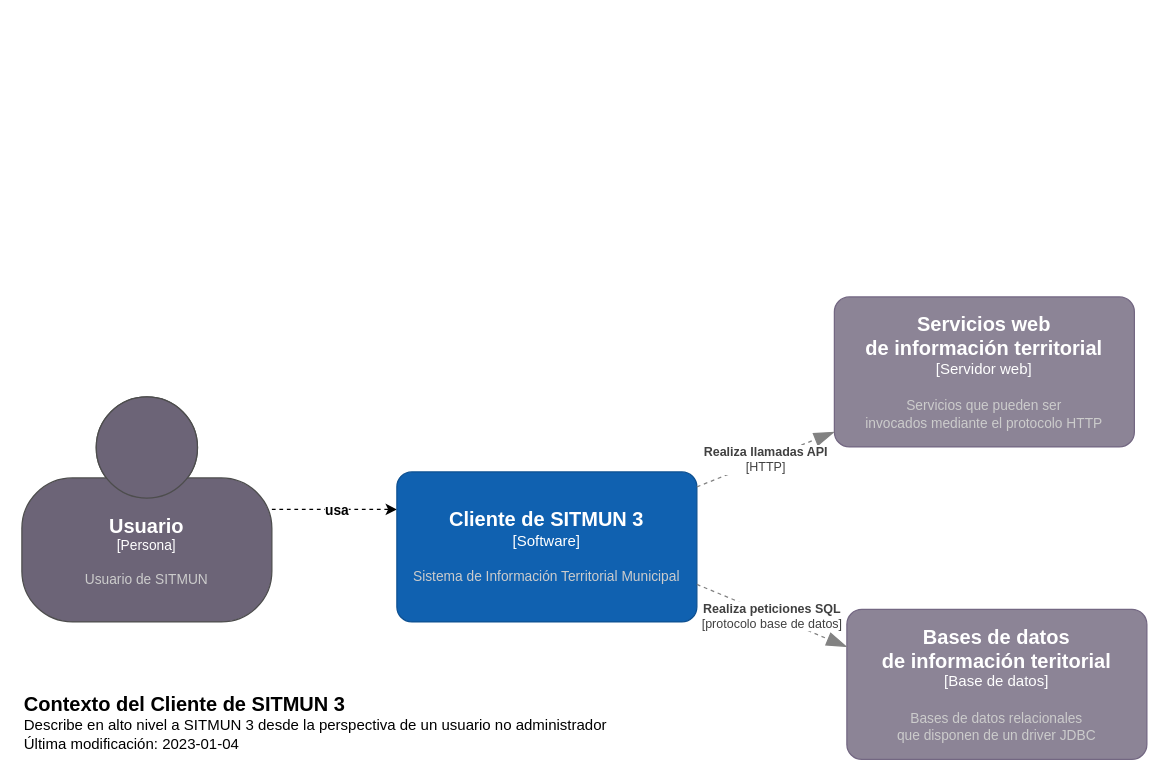
The draw.io diagram page "Contexto Cliente SITMUN 3" (1 of 2) of req-tec/img/cliente-sitmun-3.drawio in sitmun/community, before the edit. Source tidied: cells renumbered, new cells numbered last; positions are measured from the earlier drawing's top-left corner, leaving out a move shared by most shapes. Both pictures are drawn from the tidied source at 125%, with x=0, y=0 at pixel (21, 296).
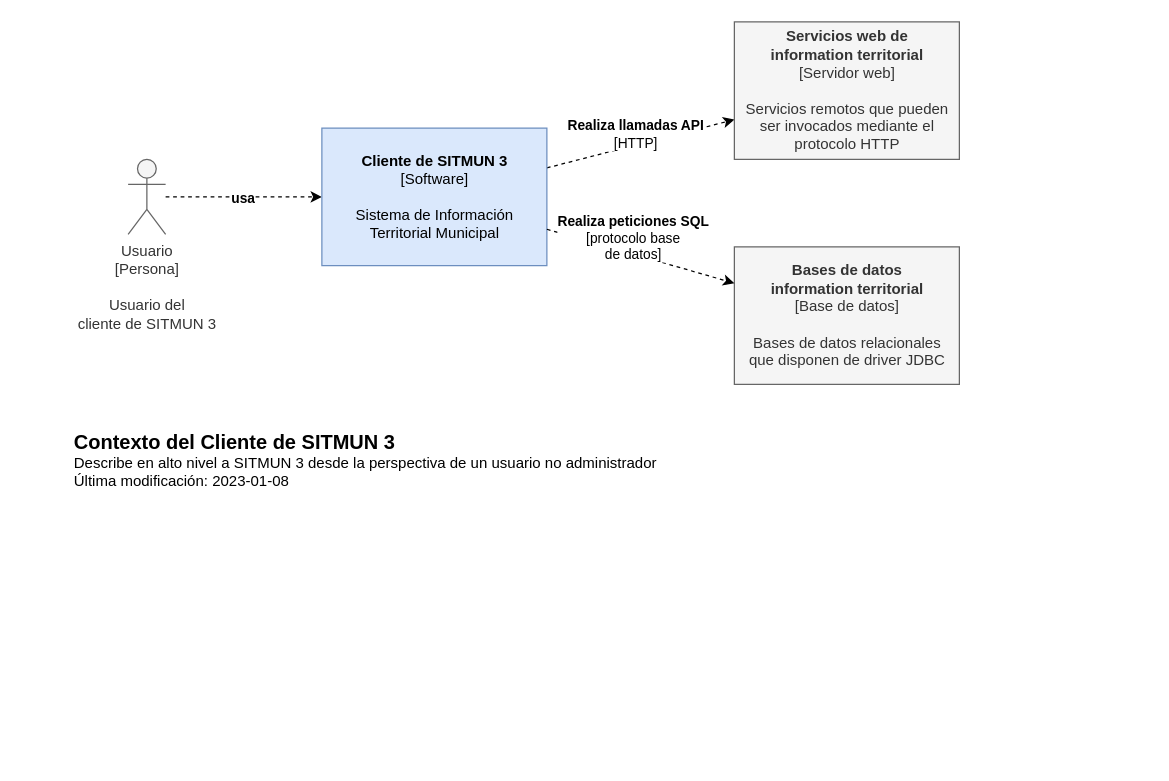
Above is the later version.

The edit, as a diff of the source:
```diff
@@
 <mxGraphModel>
   <root>
     <mxCell id="0" />
     <mxCell id="1" parent="0" />
-    <mxCell id="2" style="rounded=0;jettySize=auto;html=1;dashed=1;entryX=0;entryY=0.25;entryDx=0;entryDy=0;entryPerimeter=0;" parent="1" edge="1" source="4" target="5">
-      <mxGeometry relative="1" as="geometry" />
-    </mxCell>
+    <object id="10" label="&lt;font style=&quot;font-size: 16px&quot;&gt;&lt;b&gt;&lt;div style=&quot;text-align: left&quot;&gt;%c4Name%&lt;/div&gt;&lt;/b&gt;&lt;/font&gt;&lt;div style=&quot;text-align: left&quot;&gt;%c4Description%&lt;/div&gt;" c4Description="Describe en alto nivel a SITMUN 3 desde la perspectiva de un usuario no administrador&#10;Última modificación: 2023-01-08" c4Name="Contexto del Cliente de SITMUN 3" placeholders="1">
+      <mxCell style="text;html=1;strokeColor=none;fillColor=none;align=left;verticalAlign=top;whiteSpace=wrap;rounded=0;" parent="1" vertex="1">
+        <mxGeometry x="40" y="100" width="480" height="60" as="geometry" />
+      </mxCell>
+    </object>
+    <mxCell id="11" style="edgeStyle=orthogonalEdgeStyle;rounded=0;jettySize=auto;html=1;dashed=1;" parent="1" edge="1" source="12" target="5">
+      <mxGeometry relative="1" as="geometry" />
+    </mxCell>
-    <mxCell id="3" value="usa" style="edgeLabel;html=1;align=center;verticalAlign=middle;fontStyle=1;" parent="2" vertex="1">
-      <mxGeometry x="-0.04" y="-3" relative="1" as="geometry">
-        <mxPoint x="3" y="-3" as="offset" />
+    <mxCell id="3" value="&lt;b&gt;usa&lt;/b&gt;" style="edgeLabel;html=1;align=center;verticalAlign=middle;" parent="11" vertex="1">
+      <mxGeometry x="-0.02" y="1" relative="1" as="geometry">
+        <mxPoint y="1" as="offset" />
       </mxGeometry>
     </mxCell>
-    <object id="4" label="&lt;font style=&quot;font-size: 16px&quot;&gt;&lt;b&gt;%c4Name%&lt;/b&gt;&lt;/font&gt;&lt;div&gt;[%c4Type%]&lt;/div&gt;&lt;br&gt;&lt;div&gt;&lt;font style=&quot;font-size: 11px&quot;&gt;&lt;font color=&quot;#cccccc&quot;&gt;%c4Description%&lt;/font&gt;&lt;/div&gt;" c4Description="Usuario de SITMUN" c4Name="Usuario" c4Type="Persona" placeholders="1">
-      <mxCell style="html=1;fontSize=11;dashed=0;whiteSpace=wrap;fillColor=#6C6477;strokeColor=#4D4D4D;fontColor=#ffffff;shape=mxgraph.c4.person2;align=center;points=[[0.5,0,0],[1,0.5,0],[1,0.75,0],[0.75,1,0],[0.5,1,0],[0.25,1,0],[0,0.75,0],[0,0.5,0]];" parent="1" vertex="1">
-        <mxGeometry y="80" width="200" height="180" as="geometry" />
-      </mxCell>
-    </object>
+    <mxCell id="12" value="Usuario&lt;br&gt;[Persona]&lt;br&gt;&lt;br&gt;Usuario del &lt;br&gt;cliente de SITMUN 3" style="shape=umlActor;verticalLabelPosition=bottom;verticalAlign=top;html=1;fillColor=#f5f5f5;fontColor=#333333;strokeColor=#666666;" parent="1" vertex="1">
+      <mxGeometry x="85" y="-110" width="30" height="60" as="geometry" />
+    </mxCell>
+    <mxCell id="13" style="rounded=0;jettySize=auto;html=1;dashed=1;" parent="1" edge="1" source="5" target="14">
+      <mxGeometry relative="1" as="geometry" />
+    </mxCell>
+    <mxCell id="8" value="&lt;b&gt;Realiza llamadas API&lt;br&gt;&lt;/b&gt;[HTTP]" style="edgeLabel;html=1;align=center;verticalAlign=middle;" parent="13" vertex="1">
+      <mxGeometry x="-0.18" y="-2" relative="1" as="geometry">
+        <mxPoint x="8" y="-13" as="offset" />
+      </mxGeometry>
+    </mxCell>
-    <object id="5" label="&lt;font style=&quot;font-size: 16px&quot;&gt;&lt;b&gt;%c4Name%&lt;/b&gt;&lt;/font&gt;&lt;div&gt;[%c4Type%]&lt;/div&gt;&lt;br&gt;&lt;div&gt;&lt;font style=&quot;font-size: 11px&quot;&gt;&lt;font color=&quot;#cccccc&quot;&gt;%c4Description%&lt;/font&gt;&lt;/div&gt;" c4Description="Sistema de Información Territorial Municipal" c4Name="Cliente de SITMUN 3" c4Type="Software" placeholders="1">
-      <mxCell style="rounded=1;whiteSpace=wrap;html=1;labelBackgroundColor=none;fillColor=#1061B0;fontColor=#ffffff;align=center;arcSize=10;strokeColor=#0D5091;points=[[0.25,0,0],[0.5,0,0],[0.75,0,0],[1,0.25,0],[1,0.5,0],[1,0.75,0],[0.75,1,0],[0.5,1,0],[0.25,1,0],[0,0.75,0],[0,0.5,0],[0,0.25,0]];" parent="1" vertex="1">
-        <mxGeometry x="300" y="140" width="240" height="120" as="geometry" />
-      </mxCell>
-    </object>
+    <mxCell id="5" value="&lt;b&gt;Cliente de SITMUN 3&lt;/b&gt;&lt;br&gt;[Software]&lt;br&gt;&lt;br&gt;Sistema de Información &lt;br&gt;Territorial Municipal" style="html=1;align=center;verticalAlign=middle;dashed=0;fillColor=#dae8fc;strokeColor=#6c8ebf;" parent="1" vertex="1">
+      <mxGeometry x="240" y="-135" width="180" height="110" as="geometry" />
+    </mxCell>
-    <object id="6" label="&lt;font style=&quot;font-size: 16px&quot;&gt;&lt;b&gt;%c4Name%&lt;/b&gt;&lt;/font&gt;&lt;div&gt;[%c4Type%]&lt;/div&gt;&lt;br&gt;&lt;div&gt;&lt;font style=&quot;font-size: 11px&quot;&gt;&lt;font color=&quot;#cccccc&quot;&gt;%c4Description%&lt;/font&gt;&lt;/div&gt;" c4Description="Servicios que pueden ser&#10;invocados mediante el protocolo HTTP" c4Name="Servicios web&#10;de información territorial" c4Type="Servidor web" placeholders="1">
-      <mxCell style="rounded=1;whiteSpace=wrap;html=1;labelBackgroundColor=none;fillColor=#8C8496;fontColor=#ffffff;align=center;arcSize=10;strokeColor=#736782;points=[[0.25,0,0],[0.5,0,0],[0.75,0,0],[1,0.25,0],[1,0.5,0],[1,0.75,0],[0.75,1,0],[0.5,1,0],[0.25,1,0],[0,0.75,0],[0,0.5,0],[0,0.25,0]];" parent="1" vertex="1">
-        <mxGeometry x="650" width="240" height="120" as="geometry" />
-      </mxCell>
-    </object>
-    <object id="7" label="&lt;font style=&quot;font-size: 16px&quot;&gt;&lt;b&gt;%c4Name%&lt;/b&gt;&lt;/font&gt;&lt;div&gt;[%c4Type%]&lt;/div&gt;&lt;br&gt;&lt;div&gt;&lt;font style=&quot;font-size: 11px&quot;&gt;&lt;font color=&quot;#cccccc&quot;&gt;%c4Description%&lt;/font&gt;&lt;/div&gt;" c4Description="Bases de datos relacionales&#10;que disponen de un driver JDBC" c4Name="Bases de datos&#10;de información teritorial" c4Type="Base de datos" placeholders="1">
-      <mxCell style="rounded=1;whiteSpace=wrap;html=1;labelBackgroundColor=none;fillColor=#8C8496;fontColor=#ffffff;align=center;arcSize=10;strokeColor=#736782;points=[[0.25,0,0],[0.5,0,0],[0.75,0,0],[1,0.25,0],[1,0.5,0],[1,0.75,0],[0.75,1,0],[0.5,1,0],[0.25,1,0],[0,0.75,0],[0,0.5,0],[0,0.25,0]];" parent="1" vertex="1">
-        <mxGeometry x="660" y="250" width="240" height="120" as="geometry" />
-      </mxCell>
-    </object>
-    <object id="8" label="&lt;div style=&quot;text-align: left&quot;&gt;&lt;div style=&quot;text-align: center&quot;&gt;&lt;b&gt;%c4Description%&lt;/b&gt;&lt;/div&gt;&lt;div style=&quot;text-align: center&quot;&gt;[%c4Technology%]&lt;/div&gt;&lt;/div&gt;" c4Description="Realiza llamadas API" c4Technology="HTTP" placeholders="1">
-      <mxCell style="endArrow=blockThin;html=1;fontSize=10;fontColor=#404040;strokeWidth=1;endFill=1;strokeColor=#828282;elbow=vertical;endSize=14;startSize=14;jumpStyle=arc;jumpSize=16;rounded=0;dashed=1;" parent="1" edge="1" source="5" target="6">
-        <mxGeometry relative="1" as="geometry" />
-      </mxCell>
-    </object>
+    <mxCell id="14" value="&lt;b&gt;Servicios web de &lt;br&gt;information territorial&lt;br&gt;&lt;/b&gt;[Servidor web]&lt;br&gt;&lt;br&gt;Servicios remotos que pueden&lt;br&gt;ser invocados mediante el &lt;br&gt;protocolo HTTP" style="html=1;align=center;verticalAlign=middle;dashed=0;fillColor=#f5f5f5;strokeColor=#666666;fontColor=#333333;" parent="1" vertex="1">
+      <mxGeometry x="570" y="-220" width="180" height="110" as="geometry" />
+    </mxCell>
+    <mxCell id="15" value="&lt;b&gt;Bases de datos&lt;br&gt;information territorial&lt;br&gt;&lt;/b&gt;[Base de datos]&lt;br&gt;&lt;br&gt;Bases de datos relacionales&lt;br&gt;que disponen de driver JDBC" style="html=1;align=center;verticalAlign=middle;dashed=0;fillColor=#f5f5f5;strokeColor=#666666;fontColor=#333333;" parent="1" vertex="1">
+      <mxGeometry x="570" y="-40" width="180" height="110" as="geometry" />
+    </mxCell>
+    <mxCell id="16" style="rounded=0;jettySize=auto;html=1;dashed=1;" parent="1" edge="1" source="5" target="15">
+      <mxGeometry relative="1" as="geometry" />
+    </mxCell>
-    <object id="9" label="&lt;div style=&quot;text-align: left&quot;&gt;&lt;div style=&quot;text-align: center&quot;&gt;&lt;b&gt;%c4Description%&lt;/b&gt;&lt;/div&gt;&lt;div style=&quot;text-align: center&quot;&gt;[%c4Technology%]&lt;/div&gt;&lt;/div&gt;" c4Description="Realiza peticiones SQL" c4Technology="protocolo base de datos" placeholders="1">
-      <mxCell style="endArrow=blockThin;html=1;fontSize=10;fontColor=#404040;strokeWidth=1;endFill=1;strokeColor=#828282;elbow=vertical;endSize=14;startSize=14;jumpStyle=arc;jumpSize=16;rounded=0;dashed=1;entryX=0;entryY=0.25;entryDx=0;entryDy=0;entryPerimeter=0;exitX=1;exitY=0.75;exitDx=0;exitDy=0;exitPerimeter=0;" parent="1" edge="1" source="5" target="7">
-        <mxGeometry relative="1" as="geometry" />
-      </mxCell>
-    </object>
+    <mxCell id="9" value="&lt;b&gt;Realiza peticiones SQL&lt;br&gt;&lt;/b&gt;[protocolo base&lt;br&gt;de datos]" style="edgeLabel;html=1;align=center;verticalAlign=middle;" parent="16" vertex="1">
+      <mxGeometry x="-0.18" y="-2" relative="1" as="geometry">
+        <mxPoint x="8" y="-13" as="offset" />
+      </mxGeometry>
+    </mxCell>
-    <object id="10" label="&lt;font style=&quot;font-size: 16px&quot;&gt;&lt;b&gt;&lt;div style=&quot;text-align: left&quot;&gt;%c4Name%&lt;/div&gt;&lt;/b&gt;&lt;/font&gt;&lt;div style=&quot;text-align: left&quot;&gt;%c4Description%&lt;/div&gt;" c4Description="Describe en alto nivel a SITMUN 3 desde la perspectiva de un usuario no administrador&#10;Última modificación: 2023-01-04" c4Name="Contexto del Cliente de SITMUN 3" placeholders="1">
-      <mxCell style="text;html=1;strokeColor=none;fillColor=none;align=left;verticalAlign=top;whiteSpace=wrap;rounded=0;" parent="1" vertex="1">
-        <mxGeometry y="310" width="480" height="60" as="geometry" />
-      </mxCell>
-    </object>
   </root>
 </mxGraphModel>
```
